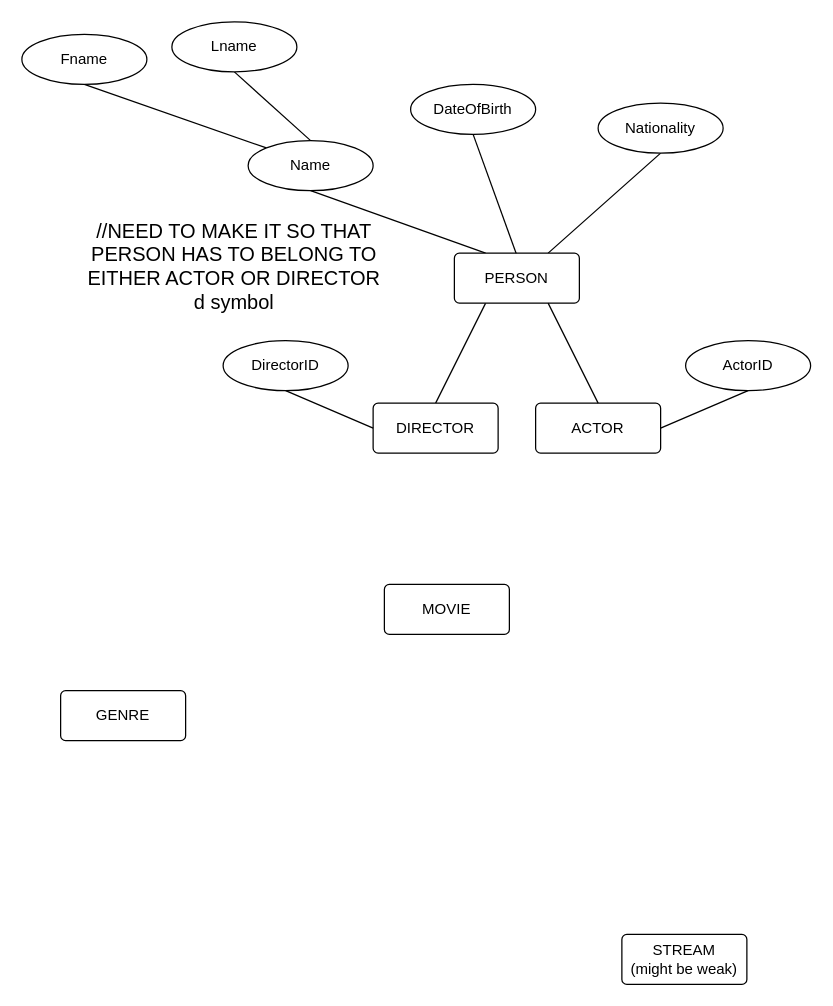
Before: MovieBaseEER.drawio in miguelTrC/MovieBaseDB, a draw.io diagram. Source tidied: cells renumbered, new cells numbered last; positions are measured from the earlier drawing's top-left corner, leaving out a move shared by most shapes. Both pictures are drawn from the tidied source at 125%, with x=0, y=0 at pixel (21, 21).
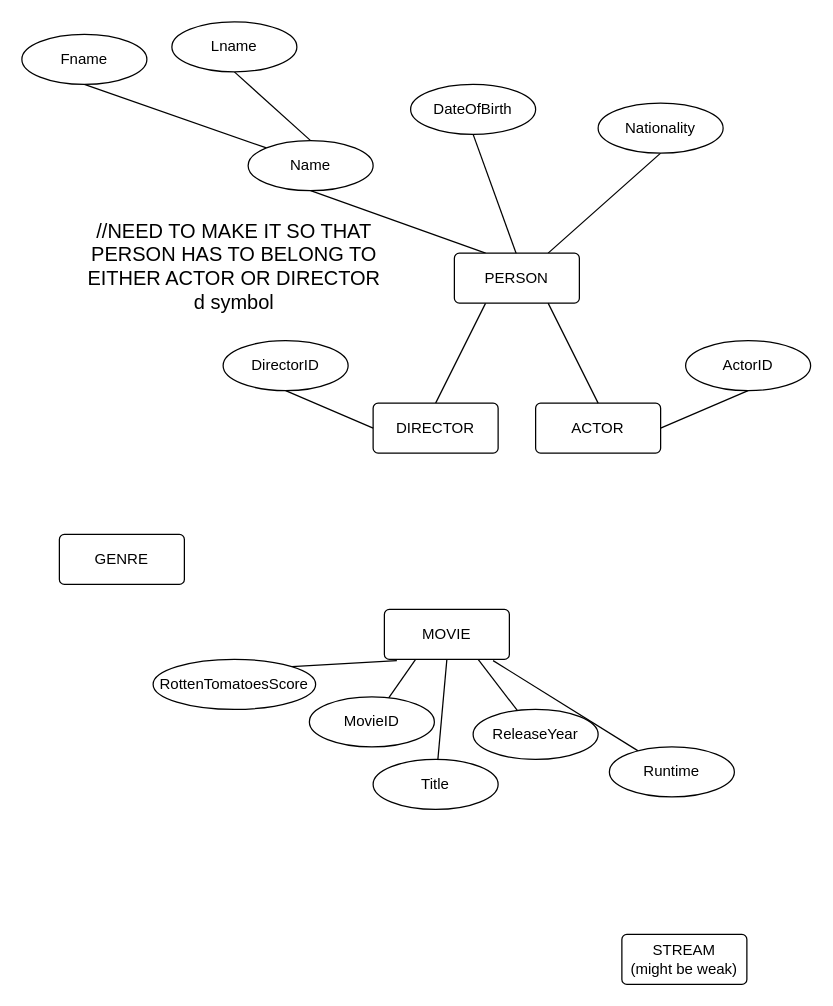
Above is the later version.

Change to the diagram source:
```diff
@@
     <mxCell id="12" value="MOVIE" style="rounded=1;arcSize=10;whiteSpace=wrap;html=1;align=center;" parent="1" vertex="1">
-      <mxGeometry x="290" y="450" width="100" height="40" as="geometry" />
+      <mxGeometry x="290" y="470" width="100" height="40" as="geometry" />
     </mxCell>
     <mxCell id="13" value="GENRE" style="rounded=1;arcSize=10;whiteSpace=wrap;html=1;align=center;" parent="1" vertex="1">
-      <mxGeometry x="31" y="535" width="100" height="40" as="geometry" />
+      <mxGeometry x="30" y="410" width="100" height="40" as="geometry" />
     </mxCell>
@@
+    <mxCell id="25" style="endArrow=none;html=1;rounded=0;fontSize=12;startSize=8;endSize=8;curved=1;exitX=0.25;exitY=1;exitDx=0;exitDy=0;" parent="1" edge="1" source="12" target="26">
+      <mxGeometry relative="1" as="geometry" />
+    </mxCell>
+    <mxCell id="26" value="MovieID" style="ellipse;whiteSpace=wrap;html=1;align=center;" parent="1" vertex="1">
+      <mxGeometry x="230" y="540" width="100" height="40" as="geometry" />
+    </mxCell>
+    <mxCell id="27" style="endArrow=none;html=1;rounded=0;fontSize=12;startSize=8;endSize=8;curved=1;exitX=0.5;exitY=1;exitDx=0;exitDy=0;" parent="1" edge="1" source="12" target="28">
+      <mxGeometry relative="1" as="geometry" />
+    </mxCell>
+    <mxCell id="28" value="Title" style="ellipse;whiteSpace=wrap;html=1;align=center;" parent="1" vertex="1">
+      <mxGeometry x="281" y="590" width="100" height="40" as="geometry" />
+    </mxCell>
+    <mxCell id="29" style="endArrow=none;html=1;rounded=0;fontSize=12;startSize=8;endSize=8;curved=1;exitX=0.75;exitY=1;exitDx=0;exitDy=0;" parent="1" edge="1" source="12" target="30">
+      <mxGeometry relative="1" as="geometry" />
+    </mxCell>
+    <mxCell id="30" value="ReleaseYear" style="ellipse;whiteSpace=wrap;html=1;align=center;" parent="1" vertex="1">
+      <mxGeometry x="361" y="550" width="100" height="40" as="geometry" />
+    </mxCell>
+    <mxCell id="31" style="endArrow=none;html=1;rounded=0;fontSize=12;startSize=8;endSize=8;curved=1;exitX=0.87;exitY=1.025;exitDx=0;exitDy=0;exitPerimeter=0;" parent="1" edge="1" source="12" target="32">
+      <mxGeometry relative="1" as="geometry" />
+    </mxCell>
+    <mxCell id="32" value="&lt;div&gt;Runtime&lt;/div&gt;" style="ellipse;whiteSpace=wrap;html=1;align=center;" parent="1" vertex="1">
+      <mxGeometry x="470" y="580" width="100" height="40" as="geometry" />
+    </mxCell>
+    <mxCell id="33" style="endArrow=none;html=1;rounded=0;fontSize=12;startSize=8;endSize=8;curved=1;entryX=0.1;entryY=1.025;entryDx=0;entryDy=0;entryPerimeter=0;exitX=1;exitY=0;exitDx=0;exitDy=0;" parent="1" edge="1" source="34" target="12">
+      <mxGeometry relative="1" as="geometry" />
+    </mxCell>
+    <mxCell id="34" value="RottenTomatoesScore" style="ellipse;whiteSpace=wrap;html=1;align=center;" parent="1" vertex="1">
+      <mxGeometry x="105" y="510" width="130" height="40" as="geometry" />
+    </mxCell>
```
